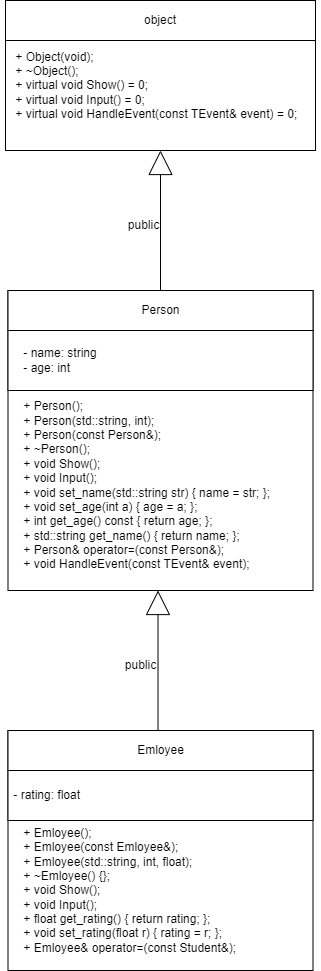
Earlier version of the draw.io export 2 Семестр/Class/Лаба 8/Лаба 8 Классы.png (IlyaFedoseev227/LABS-PNRPU-IVT-22-1b). Source tidied: cells renumbered, new cells last; positions are measured from the earlier drawing's top-left corner, leaving out a move shared by most shapes.
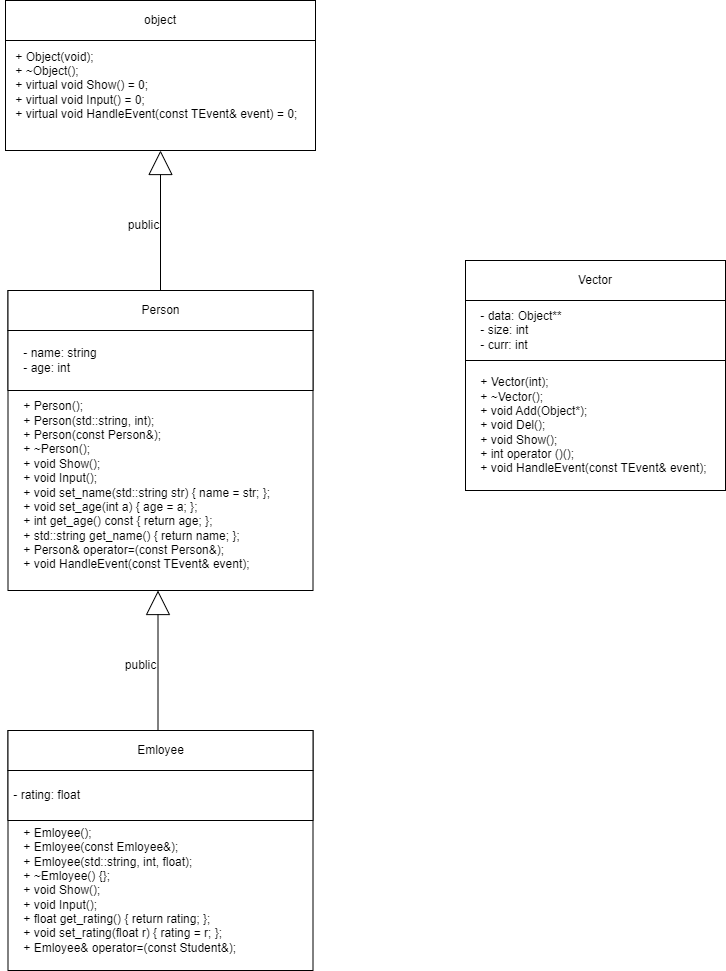
Above is the later version.

Diff of the diagram source:
```diff
@@ -56,5 +56,20 @@
     <mxCell id="18" value="public" style="text;html=1;align=center;verticalAlign=middle;strokeColor=none;fillColor=none;" parent="1" vertex="1">
       <mxGeometry x="115" y="650" width="50" height="30" as="geometry" />
     </mxCell>
+    <mxCell id="19" style="rounded=0;whiteSpace=wrap;html=1;" parent="1" vertex="1">
+      <mxGeometry x="465" y="260" width="260" height="230" as="geometry" />
+    </mxCell>
+    <mxCell id="20" value="Vector" style="rounded=0;whiteSpace=wrap;html=1;" parent="1" vertex="1">
+      <mxGeometry x="465" y="260" width="260" height="40" as="geometry" />
+    </mxCell>
+    <mxCell id="21" value="&lt;div&gt;&amp;nbsp; &amp;nbsp; + Vector(int);&lt;/div&gt;&lt;div&gt;&amp;nbsp; &amp;nbsp; + ~Vector();&lt;/div&gt;&lt;div&gt;&amp;nbsp; &amp;nbsp; + void Add(Object*);&lt;/div&gt;&lt;div&gt;&amp;nbsp; &amp;nbsp; + void Del();&lt;/div&gt;&lt;div&gt;&amp;nbsp; &amp;nbsp; + void Show();&lt;/div&gt;&lt;div&gt;&amp;nbsp; &amp;nbsp; + int operator ()();&lt;/div&gt;&lt;div&gt;&amp;nbsp; &amp;nbsp; + void HandleEvent(const TEvent&amp;amp; event);&lt;/div&gt;" style="text;html=1;align=left;verticalAlign=middle;strokeColor=none;fillColor=none;" parent="1" vertex="1">
+      <mxGeometry x="465" y="370" width="260" height="110" as="geometry" />
+    </mxCell>
+    <mxCell id="22" style="rounded=0;whiteSpace=wrap;html=1;" parent="1" vertex="1">
+      <mxGeometry x="465" y="300" width="260" height="60" as="geometry" />
+    </mxCell>
+    <mxCell id="23" value="&lt;div&gt;&amp;nbsp; &amp;nbsp; - data: Object**&lt;/div&gt;&lt;div&gt;&amp;nbsp; &amp;nbsp; - size: int&lt;/div&gt;&lt;div&gt;&amp;nbsp; &amp;nbsp; - curr: int&lt;/div&gt;" style="text;html=1;align=left;verticalAlign=middle;strokeColor=none;fillColor=none;" parent="1" vertex="1">
+      <mxGeometry x="465" y="300" width="120" height="60" as="geometry" />
+    </mxCell>
   </root>
 </mxGraphModel>
```
